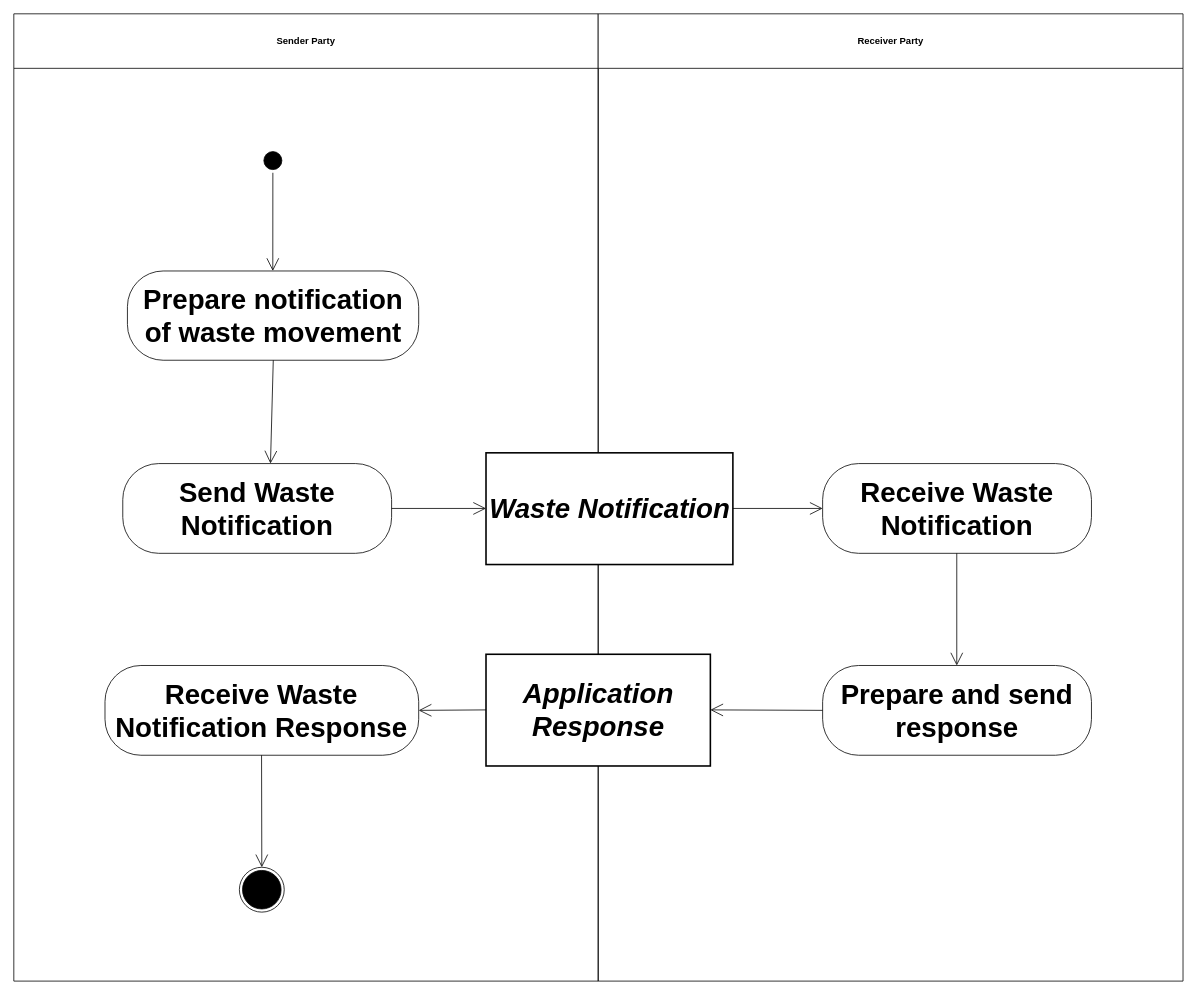
Earlier version of the draw.io diagram diagrams/UBL-2.5-WasteNotificationProcess/UBL-2.5-WasteNotificationProcess.drawio (kduvekot/ubl-work-on-svg-images). Source tidied: cells renumbered, new cells numbered last; positions are measured from the earlier drawing's top-left corner, leaving out a move shared by most shapes. Both pictures are drawn from the tidied source at 79%, with x=0, y=0 at pixel (13, 13).
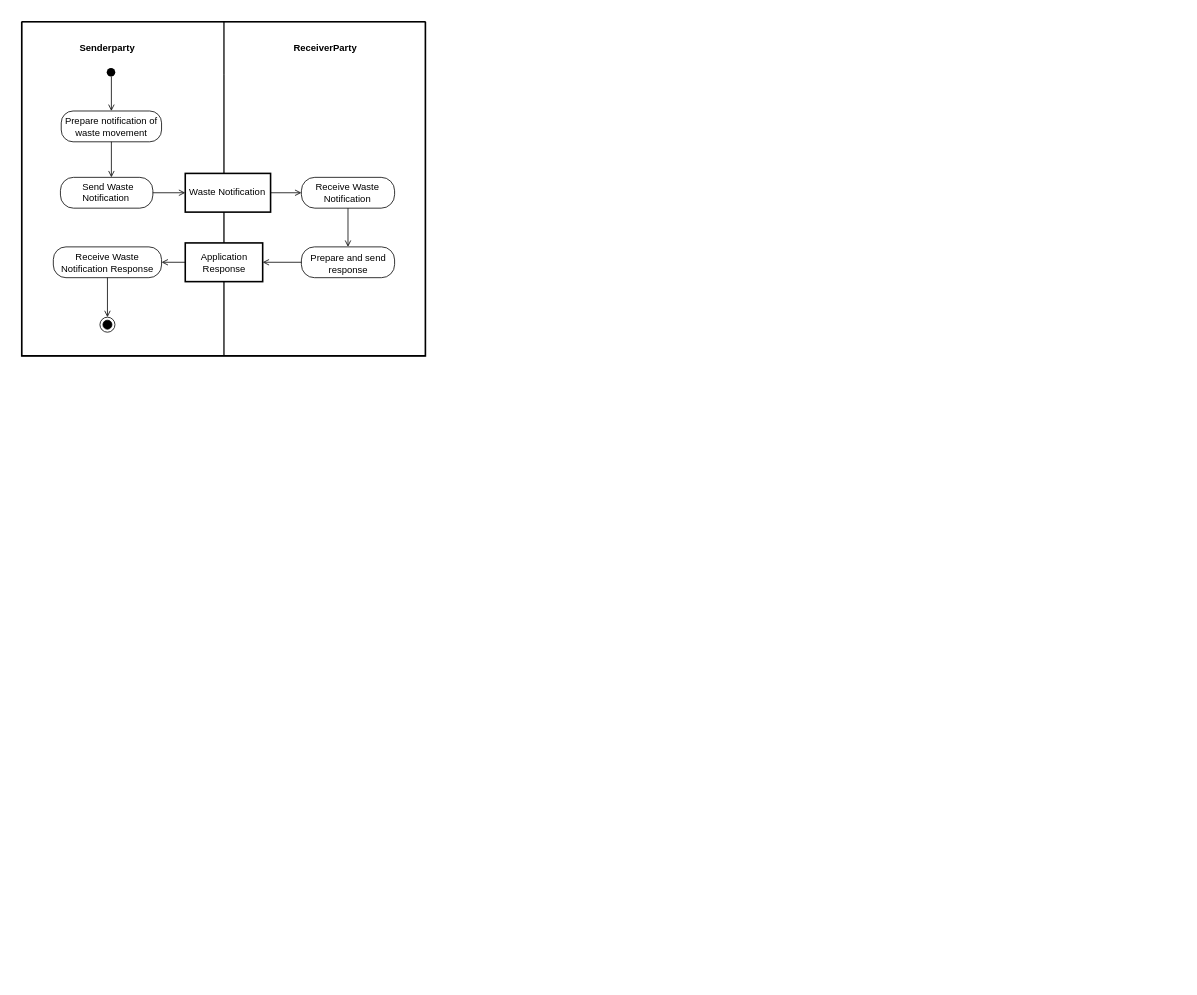
The same diagram, later.

The edit, as a diff of the source:
```diff
@@
+    <mxCell id="21" style="swimlane;html=1;startSize=0;whiteSpace=wrap;fillColor=none;strokeWidth=2;" parent="1" vertex="1">
+      <mxGeometry x="10" y="10" width="511" height="423" as="geometry" />
+    </mxCell>
-    <mxCell id="2" value="Sender Party" style="swimlane;whiteSpace=wrap;html=1;startSize=69;" parent="1" vertex="1">
-      <mxGeometry width="739.7" height="1224.4" as="geometry" />
+    <mxCell id="2" value="Senderparty" style="swimlane;horizontal=1;startSize=67;swimlaneLine=0;html=1;fillColor=none;fontSize=12;fontStyle=1;spacing=0;spacingRight=40;" parent="21" vertex="1">
+      <mxGeometry width="256" height="423" as="geometry" />
     </mxCell>
-    <mxCell id="3" value="Receiver Party" style="swimlane;whiteSpace=wrap;html=1;startSize=69;" parent="1" vertex="1">
-      <mxGeometry x="739.7" width="740.3" height="1224.4" as="geometry" />
+    <mxCell id="3" value="ReceiverParty" style="swimlane;horizontal=1;startSize=67;swimlaneLine=0;html=1;fillColor=none;fontSize=12;fontStyle=1;spacing=0;" parent="21" vertex="1">
+      <mxGeometry x="256" width="255" height="423" as="geometry" />
     </mxCell>
-    <mxCell id="4" style="ellipse;html=1;shape=startState;fillColor=#000000;strokeColor=#000000;fontFamily=Helvetica;fontSize=35;" parent="1" vertex="1">
-      <mxGeometry x="312.5" y="170.4" width="30.8" height="30.8" as="geometry" />
+    <mxCell id="4" style="ellipse;shape=startState;fillColor=#000000;strokeColor=none;html=1;" parent="2" vertex="1">
+      <mxGeometry x="104" y="55" width="18" height="18" as="geometry" />
     </mxCell>
-    <mxCell id="5" value="Prepare notification of waste movement" style="rounded=1;arcSize=40;whiteSpace=wrap;html=1;fontStyle=1;fontFamily=Helvetica;fontSize=35;" parent="1" vertex="1">
-      <mxGeometry x="143.8" y="325.5" width="368.7" height="113" as="geometry" />
+    <mxCell id="5" value="Prepare notification of&lt;br&gt;waste movement" style="rounded=1;absoluteArcSize=1;arcSize=30;html=1;whiteSpace=nowrap;fontSize=12;fontStyle=0;align=center;verticalAlign=middle;spacing=0;spacingRight=1;" parent="2" vertex="1">
+      <mxGeometry x="50" y="113" width="127" height="39" as="geometry" />
     </mxCell>
-    <mxCell id="6" value="Waste Notification" style="rounded=0;whiteSpace=wrap;html=1;fontStyle=3;strokeWidth=2;fontFamily=Helvetica;fontSize=35;" parent="1" vertex="1">
-      <mxGeometry x="597.7" y="555.7" width="312.5" height="141.4" as="geometry" />
+    <mxCell id="6" value="Waste Notification" style="rounded=0;html=1;whiteSpace=nowrap;fontSize=12;fontStyle=0;align=center;verticalAlign=middle;spacing=0;spacingRight=2;spacingBottom=2;strokeWidth=2;" parent="3" vertex="1">
+      <mxGeometry x="-49" y="192" width="108" height="49" as="geometry" />
     </mxCell>
-    <mxCell id="7" value="Send Waste Notification" style="rounded=1;arcSize=40;whiteSpace=wrap;html=1;fontStyle=1;fontFamily=Helvetica;fontSize=35;" parent="1" vertex="1">
-      <mxGeometry x="137.9" y="569.3" width="340.3" height="113.6" as="geometry" />
+    <mxCell id="7" value="Send Waste&lt;br&gt;Notification" style="rounded=1;absoluteArcSize=1;arcSize=33;html=1;whiteSpace=nowrap;fontSize=12;fontStyle=0;align=left;verticalAlign=middle;spacing=0;spacingLeft=28;spacingBottom=1;" parent="2" vertex="1">
+      <mxGeometry x="49" y="197" width="117" height="39" as="geometry" />
     </mxCell>
-    <mxCell id="8" value="Receive Waste Notification" style="rounded=1;arcSize=40;whiteSpace=wrap;html=1;fontStyle=1;fontFamily=Helvetica;fontSize=35;" parent="1" vertex="1">
-      <mxGeometry x="1023.8" y="569.3" width="340.3" height="113.6" as="geometry" />
+    <mxCell id="8" value="Receive Waste&lt;br&gt;Notification" style="rounded=1;absoluteArcSize=1;arcSize=34;html=1;whiteSpace=nowrap;fontSize=12;fontStyle=0;align=center;verticalAlign=middle;spacing=0;spacingRight=2;" parent="3" vertex="1">
+      <mxGeometry x="98" y="197" width="118" height="39" as="geometry" />
     </mxCell>
-    <mxCell id="9" value="Application Response" style="rounded=0;whiteSpace=wrap;html=1;fontStyle=3;strokeWidth=2;fontFamily=Helvetica;fontSize=35;" parent="1" vertex="1">
-      <mxGeometry x="597.7" y="810.7" width="284" height="141.4" as="geometry" />
+    <mxCell id="9" value="Application&lt;br&gt;Response" style="rounded=0;html=1;whiteSpace=nowrap;fontSize=12;fontStyle=0;align=center;verticalAlign=middle;spacing=0;spacingRight=1;strokeWidth=2;" parent="3" vertex="1">
+      <mxGeometry x="-49" y="280" width="98" height="49" as="geometry" />
     </mxCell>
-    <mxCell id="10" value="Receive Waste Notification Response" style="rounded=1;arcSize=40;whiteSpace=wrap;html=1;fontStyle=1;fontFamily=Helvetica;fontSize=35;" parent="1" vertex="1">
-      <mxGeometry x="115.4" y="824.9" width="397.1" height="113.6" as="geometry" />
+    <mxCell id="10" value="Receive Waste&lt;br&gt;Notification Response" style="rounded=1;absoluteArcSize=1;arcSize=32;html=1;whiteSpace=nowrap;fontSize=12;fontStyle=0;align=center;verticalAlign=middle;spacing=0;spacingRight=1;" parent="2" vertex="1">
+      <mxGeometry x="40" y="285" width="137" height="39" as="geometry" />
     </mxCell>
-    <mxCell id="11" value="Prepare and send response" style="rounded=1;arcSize=40;whiteSpace=wrap;html=1;fontStyle=1;fontFamily=Helvetica;fontSize=35;" parent="1" vertex="1">
-      <mxGeometry x="1023.8" y="824.9" width="340.3" height="113.6" as="geometry" />
+    <mxCell id="11" value="Prepare and send&lt;br&gt;response" style="rounded=1;absoluteArcSize=1;arcSize=33;html=1;whiteSpace=nowrap;fontSize=12;fontStyle=0;align=center;verticalAlign=middle;spacing=0;spacingTop=2;" parent="3" vertex="1">
+      <mxGeometry x="98" y="285" width="118" height="39" as="geometry" />
     </mxCell>
-    <mxCell id="12" style="ellipse;html=1;shape=endState;fillColor=#000000;strokeColor=#000000;fontFamily=Helvetica;fontSize=35;" parent="1" vertex="1">
-      <mxGeometry x="285.5" y="1080.3" width="56.8" height="56.8" as="geometry" />
+    <mxCell id="12" style="ellipse;shape=endState;fillColor=#000000;html=1;" parent="2" vertex="1">
+      <mxGeometry x="99" y="374" width="19" height="19" as="geometry" />
     </mxCell>
-    <mxCell id="13" style="edgeStyle=none;rounded=0;html=1;endArrow=open;endFill=0;endSize=14;exitX=0.4968;exitY=1.0;entryX=0.4991;entryY=0.0;" parent="1" edge="1" source="4" target="5">
+    <mxCell id="13" style="edgeStyle=none;rounded=0;html=1;endArrow=open;endFill=0;endSize=6;exitPerimeter=0;entryX=0.5;entryY=0;entryPerimeter=0;exitX=0.527778;exitY=0.7938;" parent="2" edge="1" source="4" target="5">
       <mxGeometry relative="1" as="geometry" />
     </mxCell>
-    <mxCell id="14" style="edgeStyle=none;rounded=0;html=1;endArrow=open;endFill=0;endSize=14;exitX=0.5007;exitY=1.0;entryX=0.5495;entryY=0.0;" parent="1" edge="1" source="5" target="7">
+    <mxCell id="14" style="edgeStyle=none;rounded=0;html=1;endArrow=open;endFill=0;endSize=6;exitX=0.5;exitY=1;exitPerimeter=0;entryPerimeter=0;entryX=0.551282;entryY=0;" parent="2" edge="1" source="5" target="7">
       <mxGeometry relative="1" as="geometry" />
     </mxCell>
-    <mxCell id="15" style="edgeStyle=none;rounded=0;html=1;endArrow=open;endFill=0;endSize=14;exitX=1.0;exitY=0.5;entryX=0.0;entryY=0.4979;" parent="1" edge="1" source="7" target="6">
+    <mxCell id="15" style="edgeStyle=none;rounded=0;html=1;endArrow=open;endFill=0;endSize=6;exitX=1;exitY=0.5;exitPerimeter=0;entryX=0;entryY=0.5;entryPerimeter=0;" parent="21" edge="1" source="7" target="6">
       <mxGeometry relative="1" as="geometry" />
     </mxCell>
-    <mxCell id="16" style="edgeStyle=none;rounded=0;html=1;endArrow=open;endFill=0;endSize=14;exitX=1.0;exitY=0.4979;entryX=0.0;entryY=0.5;" parent="1" edge="1" source="6" target="8">
+    <mxCell id="16" style="edgeStyle=none;rounded=0;html=1;endArrow=open;endFill=0;endSize=6;exitX=1;exitY=0.5;exitPerimeter=0;entryX=0;entryY=0.5;entryPerimeter=0;" parent="3" edge="1" source="6" target="8">
       <mxGeometry relative="1" as="geometry" />
     </mxCell>
-    <mxCell id="17" style="edgeStyle=none;rounded=0;html=1;endArrow=open;endFill=0;endSize=14;exitX=0.499;exitY=1.0;entryX=0.499;entryY=0.0;" parent="1" edge="1" source="8" target="11">
+    <mxCell id="17" style="edgeStyle=none;rounded=0;html=1;endArrow=open;endFill=0;endSize=6;exitX=0.5;exitY=1;exitPerimeter=0;entryX=0.5;entryY=0;entryPerimeter=0;" parent="3" edge="1" source="8" target="11">
       <mxGeometry relative="1" as="geometry" />
     </mxCell>
-    <mxCell id="18" style="edgeStyle=none;rounded=0;html=1;endArrow=open;endFill=0;endSize=14;exitX=0.0;exitY=0.4979;entryX=1.0;entryY=0.5;" parent="1" edge="1" source="9" target="10">
+    <mxCell id="18" style="edgeStyle=none;rounded=0;html=1;endArrow=open;endFill=0;endSize=6;exitX=0;exitY=0.5;exitPerimeter=0;entryX=1;entryY=0.5;entryPerimeter=0;" parent="21" edge="1" source="9" target="10">
       <mxGeometry relative="1" as="geometry" />
     </mxCell>
-    <mxCell id="19" style="edgeStyle=none;rounded=0;html=1;endArrow=open;endFill=0;endSize=14;exitX=0.0;exitY=0.5;entryX=1.0;entryY=0.4979;" parent="1" edge="1" source="11" target="9">
+    <mxCell id="19" style="edgeStyle=none;rounded=0;html=1;endArrow=open;endFill=0;endSize=6;exitX=0;exitY=0.5;exitPerimeter=0;entryX=1;entryY=0.5;entryPerimeter=0;" parent="3" edge="1" source="11" target="9">
       <mxGeometry relative="1" as="geometry" />
     </mxCell>
-    <mxCell id="20" style="edgeStyle=none;rounded=0;html=1;endArrow=open;endFill=0;endSize=14;exitX=0.4991;exitY=1.0;entryX=0.4947;entryY=0.0;" parent="1" edge="1" source="10" target="12">
+    <mxCell id="20" style="edgeStyle=none;rounded=0;html=1;endArrow=open;endFill=0;endSize=6;exitX=0.5;exitY=1;exitPerimeter=0;entryX=0.5;entryY=0;entryPerimeter=0;" parent="2" edge="1" source="10" target="12">
       <mxGeometry relative="1" as="geometry" />
     </mxCell>
```
